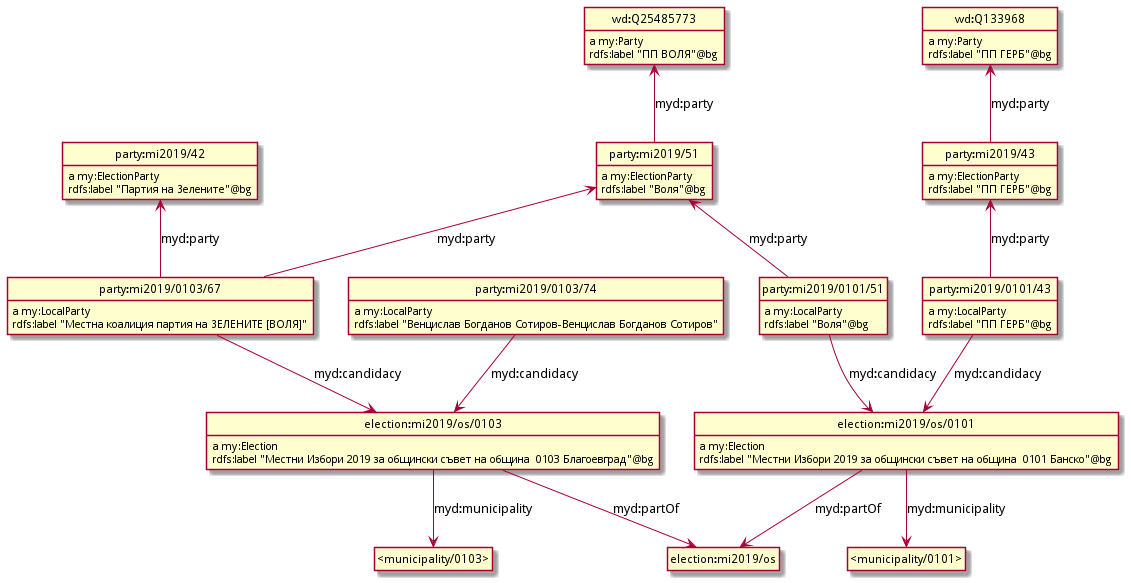
nikolatulechki/semanticElections keeps this PlantUML diagram as model/parties.png. Above is the earlier version.
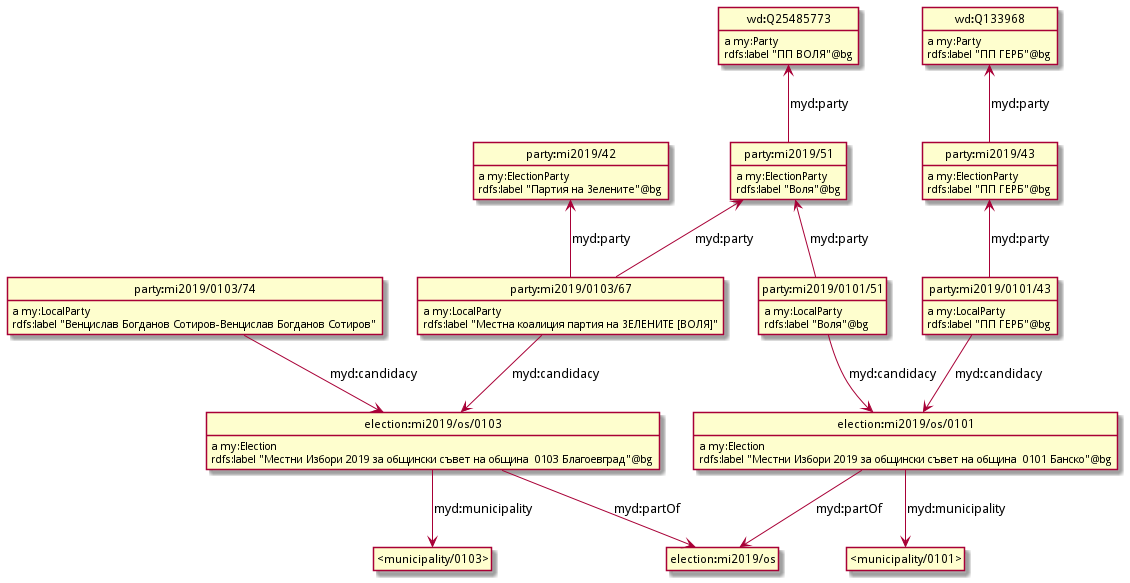
After the change.

Change to the diagram source:
```diff
@@ -3,54 +3,54 @@
 hide empty attributes
 hide circle
 skinparam classAttributeIconSize 0
-class party_mi2019_43 as "party:mi2019/43"
-party_mi2019_43 : a my:ElectionParty
-class wd_Q133968 as "wd:Q133968"
-party_mi2019_43 -up-> wd_Q133968 : myd:party
-party_mi2019_43 : rdfs:label "ПП ГЕРБ"@bg
-class party_mi2019_0101_43 as "party:mi2019/0101/43"
-party_mi2019_0101_43 : a my:LocalParty
-class election_mi2019_os_0101 as "election:mi2019/os/0101"
-party_mi2019_0101_43 -down-> election_mi2019_os_0101 : myd:candidacy
-party_mi2019_0101_43 -up-> party_mi2019_43 : myd:party
-party_mi2019_0101_43 : rdfs:label "ПП ГЕРБ"@bg
 class wd_Q25485773 as "wd:Q25485773"
 wd_Q25485773 : a my:Party
 wd_Q25485773 : rdfs:label "ПП ВОЛЯ"@bg
+class wd_Q133968 as "wd:Q133968"
 wd_Q133968 : a my:Party
 wd_Q133968 : rdfs:label "ПП ГЕРБ"@bg
-class party_mi2019_51 as "party:mi2019/51"
-party_mi2019_51 : a my:ElectionParty
-party_mi2019_51 -up-> wd_Q25485773 : myd:party
-party_mi2019_51 : rdfs:label "Воля"@bg
-class party_mi2019_42 as "party:mi2019/42"
-party_mi2019_42 : a my:ElectionParty
-party_mi2019_42 : rdfs:label "Партия на Зелените"@bg
 class party_mi2019_0101_51 as "party:mi2019/0101/51"
 party_mi2019_0101_51 : a my:LocalParty
+class election_mi2019_os_0101 as "election:mi2019/os/0101"
+party_mi2019_0101_51 -down-> election_mi2019_os_0101 : myd:candidacy
+class party_mi2019_51 as "party:mi2019/51"
 party_mi2019_0101_51 -up-> party_mi2019_51 : myd:party
-party_mi2019_0101_51 -down-> election_mi2019_os_0101 : myd:candidacy
 party_mi2019_0101_51 : rdfs:label "Воля"@bg
 election_mi2019_os_0101 : a my:Election
+class _municipality_0101_ as "<municipality/0101>"
+election_mi2019_os_0101 -down-> _municipality_0101_ : myd:municipality
 class election_mi2019_os as "election:mi2019/os"
 election_mi2019_os_0101 -down-> election_mi2019_os : myd:partOf
-class _municipality_0101_ as "<municipality/0101>"
-election_mi2019_os_0101 -down-> _municipality_0101_ : myd:municipality
 election_mi2019_os_0101 : rdfs:label "Местни Избори 2019 за общински съвет на община  0101 Банско"@bg
 class election_mi2019_os_0103 as "election:mi2019/os/0103"
 election_mi2019_os_0103 : a my:Election
+election_mi2019_os_0103 -down-> election_mi2019_os : myd:partOf
 class _municipality_0103_ as "<municipality/0103>"
 election_mi2019_os_0103 -down-> _municipality_0103_ : myd:municipality
-election_mi2019_os_0103 -down-> election_mi2019_os : myd:partOf
 election_mi2019_os_0103 : rdfs:label "Местни Избори 2019 за общински съвет на община  0103 Благоевград"@bg
 class party_mi2019_0103_74 as "party:mi2019/0103/74"
 party_mi2019_0103_74 : a my:LocalParty
 party_mi2019_0103_74 -down-> election_mi2019_os_0103 : myd:candidacy
 party_mi2019_0103_74 : rdfs:label "Венцислав Богданов Сотиров-Венцислав Богданов Сотиров"
+class party_mi2019_43 as "party:mi2019/43"
+party_mi2019_43 : a my:ElectionParty
+party_mi2019_43 -up-> wd_Q133968 : myd:party
+party_mi2019_43 : rdfs:label "ПП ГЕРБ"@bg
+class party_mi2019_42 as "party:mi2019/42"
+party_mi2019_42 : a my:ElectionParty
+party_mi2019_42 : rdfs:label "Партия на Зелените"@bg
+party_mi2019_51 : a my:ElectionParty
+party_mi2019_51 -up-> wd_Q25485773 : myd:party
+party_mi2019_51 : rdfs:label "Воля"@bg
 class party_mi2019_0103_67 as "party:mi2019/0103/67"
 party_mi2019_0103_67 : a my:LocalParty
-party_mi2019_0103_67 -down-> election_mi2019_os_0103 : myd:candidacy
 party_mi2019_0103_67 -up-> party_mi2019_51 : myd:party
 party_mi2019_0103_67 -up-> party_mi2019_42 : myd:party
+party_mi2019_0103_67 -down-> election_mi2019_os_0103 : myd:candidacy
 party_mi2019_0103_67 : rdfs:label "Местна коалиция партия на ЗЕЛЕНИТЕ [ВОЛЯ]"
+class party_mi2019_0101_43 as "party:mi2019/0101/43"
+party_mi2019_0101_43 : a my:LocalParty
+party_mi2019_0101_43 -up-> party_mi2019_43 : myd:party
+party_mi2019_0101_43 -down-> election_mi2019_os_0101 : myd:candidacy
+party_mi2019_0101_43 : rdfs:label "ПП ГЕРБ"@bg
 @enduml
```
